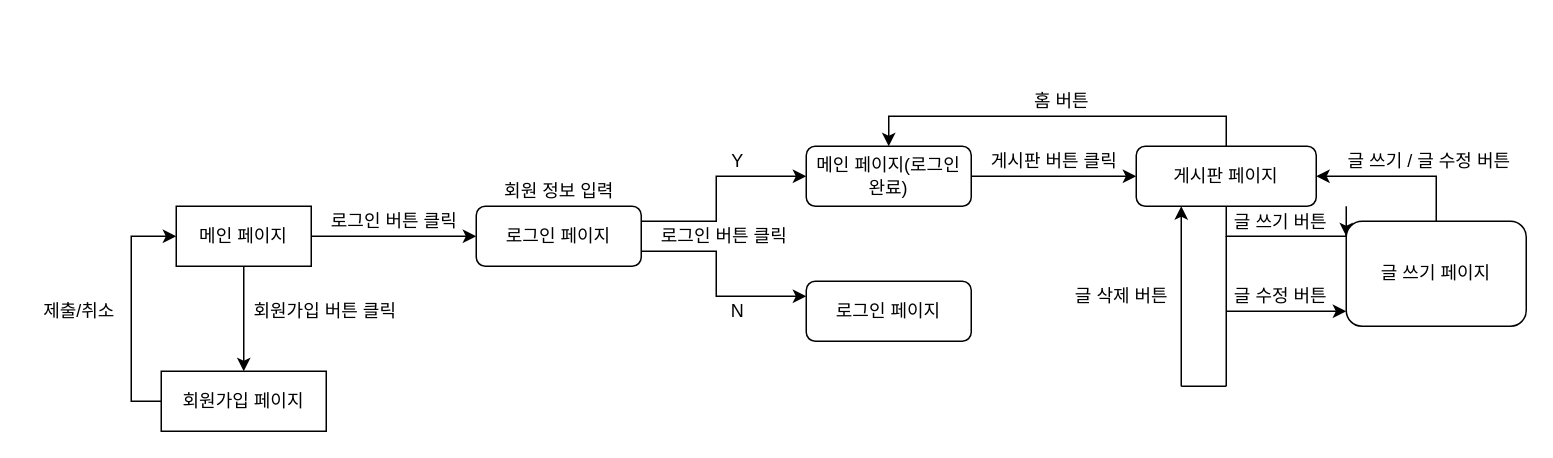
Earlier version of the draw.io diagram Untitled Diagram.drawio (Developer-SeongBeomPark/Comento_making_board). Source tidied: cells renumbered, new cells numbered last; positions are measured from the earlier drawing's top-left corner, leaving out a move shared by most shapes. Both pictures are drawn from the tidied source at 150%, with x=0, y=0 at pixel (26, 86).
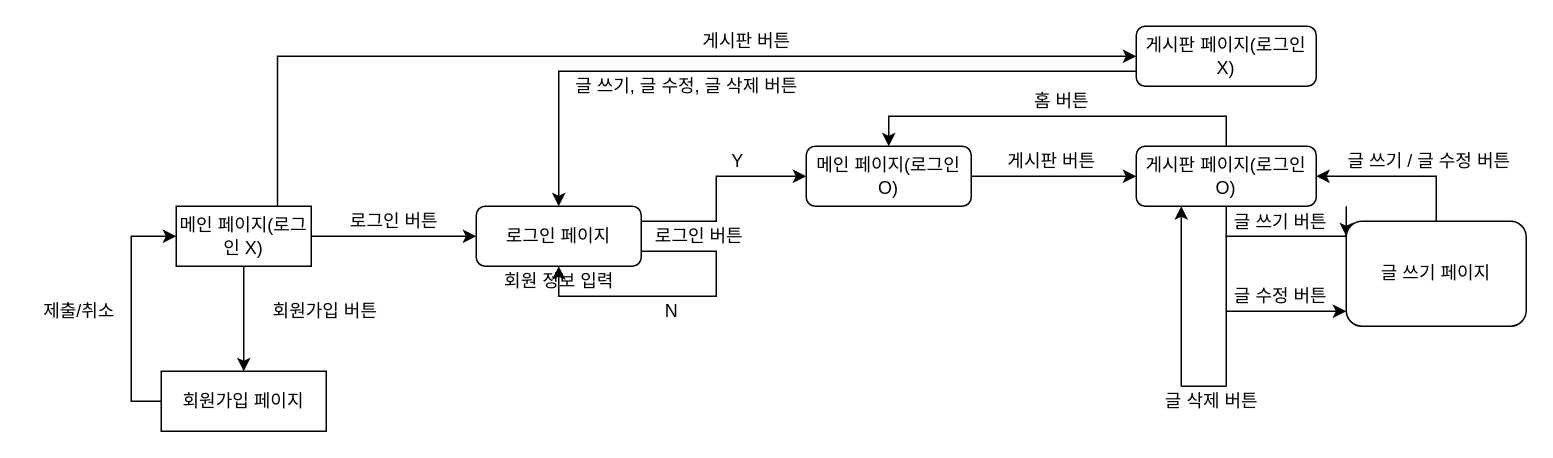
The same page after the edit.

The change refers to these unchanged cells:
```xml
<mxCell id="7" value="로그인 페이지" style="rounded=1;whiteSpace=wrap;html=1;" parent="1" vertex="1">
  <mxGeometry x="300" y="80" width="110" height="40" as="geometry" />
</mxCell>
```

The edit, as a diff of the source:
```diff
@@
+    <mxCell id="36" style="edgeStyle=orthogonalEdgeStyle;rounded=0;jettySize=auto;html=1;exitX=0.75;exitY=0;exitDx=0;exitDy=0;entryX=0;entryY=0.5;entryDx=0;entryDy=0;" parent="1" edge="1" source="3" target="38">
+      <mxGeometry relative="1" as="geometry" />
+    </mxCell>
-    <mxCell id="3" value="메인 페이지" style="rounded=0;whiteSpace=wrap;html=1;" parent="1" vertex="1">
+    <mxCell id="3" value="메인 페이지(로그인 X)" style="rounded=0;whiteSpace=wrap;html=1;" parent="1" vertex="1">
       <mxGeometry x="100" y="80" width="90" height="40" as="geometry" />
     </mxCell>
@@
-    <mxCell id="5" value="로그인 버튼 클릭" style="text;html=1;align=center;verticalAlign=middle;strokeColor=none;fillColor=none;" parent="1" vertex="1">
-      <mxGeometry x="190" y="80" width="110" height="20" as="geometry" />
+    <mxCell id="5" value="로그인 버튼" style="text;html=1;align=center;verticalAlign=middle;strokeColor=none;fillColor=none;" parent="1" vertex="1">
+      <mxGeometry x="205" y="80" width="80" height="20" as="geometry" />
     </mxCell>
@@
-    <mxCell id="11" value="메인 페이지(로그인 완료)" style="rounded=1;whiteSpace=wrap;html=1;" parent="1" vertex="1">
+    <mxCell id="11" value="메인 페이지(로그인 O)" style="rounded=1;whiteSpace=wrap;html=1;" parent="1" vertex="1">
       <mxGeometry x="520" y="40" width="110" height="40" as="geometry" />
     </mxCell>
-    <mxCell id="12" value="로그인 버튼 클릭" style="text;html=1;align=center;verticalAlign=middle;strokeColor=none;fillColor=none;" parent="1" vertex="1">
-      <mxGeometry x="410" y="90" width="110" height="20" as="geometry" />
+    <mxCell id="12" value="로그인 버튼&amp;nbsp;" style="text;html=1;align=center;verticalAlign=middle;strokeColor=none;fillColor=none;" parent="1" vertex="1">
+      <mxGeometry x="410" y="90" width="80" height="20" as="geometry" />
     </mxCell>
     <mxCell id="13" value="회원 정보 입력" style="text;html=1;align=center;verticalAlign=middle;strokeColor=none;fillColor=none;" parent="1" vertex="1">
-      <mxGeometry x="310" y="60" width="90" height="20" as="geometry" />
+      <mxGeometry x="310" y="120" width="90" height="20" as="geometry" />
     </mxCell>
-    <mxCell id="14" style="endArrow=classic;html=1;rounded=0;entryX=0;entryY=0.25;entryDx=0;entryDy=0;" parent="1" edge="1" target="15">
-      <mxGeometry relative="1" as="geometry">
-        <mxPoint x="410" y="110" as="sourcePoint" />
-        <Array as="points">
-          <mxPoint x="460" y="110" />
-          <mxPoint x="460" y="140" />
-        </Array>
-      </mxGeometry>
-    </mxCell>
-    <mxCell id="15" value="로그인 페이지" style="rounded=1;whiteSpace=wrap;html=1;" parent="1" vertex="1">
-      <mxGeometry x="520" y="130" width="110" height="40" as="geometry" />
-    </mxCell>
@@
-    <mxCell id="17" value="N" style="text;html=1;align=center;verticalAlign=middle;strokeColor=none;fillColor=none;" parent="1" vertex="1">
-      <mxGeometry x="464" y="140" width="20" height="20" as="geometry" />
-    </mxCell>
-    <mxCell id="18" value="회원가입 버튼 클릭" style="text;html=1;align=center;verticalAlign=middle;strokeColor=none;fillColor=none;" parent="1" vertex="1">
-      <mxGeometry x="139" y="140" width="120" height="20" as="geometry" />
+    <mxCell id="18" value="회원가입 버튼" style="text;html=1;align=center;verticalAlign=middle;strokeColor=none;fillColor=none;" parent="1" vertex="1">
+      <mxGeometry x="154" y="140" width="90" height="20" as="geometry" />
     </mxCell>
@@
-    <mxCell id="23" value="게시판 페이지" style="whiteSpace=wrap;html=1;rounded=1;" parent="1" vertex="1">
+    <mxCell id="23" value="게시판 페이지(로그인 O)" style="whiteSpace=wrap;html=1;rounded=1;" parent="1" vertex="1">
       <mxGeometry x="740" y="40" width="120" height="40" as="geometry" />
     </mxCell>
-    <mxCell id="24" value="게시판 버튼 클릭" style="text;html=1;align=center;verticalAlign=middle;strokeColor=none;fillColor=none;" parent="1" vertex="1">
-      <mxGeometry x="630" y="40" width="110" height="20" as="geometry" />
+    <mxCell id="24" value="게시판 버튼&amp;nbsp;" style="text;html=1;align=center;verticalAlign=middle;strokeColor=none;fillColor=none;" parent="1" vertex="1">
+      <mxGeometry x="645" y="40" width="80" height="20" as="geometry" />
     </mxCell>
@@
     <mxCell id="32" style="endArrow=classic;html=1;rounded=0;entryX=0.25;entryY=1;entryDx=0;entryDy=0;" parent="1" edge="1" target="23">
       <mxGeometry relative="1" as="geometry">
         <mxPoint x="770" y="200" as="sourcePoint" />
+        <Array as="points">
+          <mxPoint x="770" y="180" />
+          <mxPoint x="770" y="120" />
+        </Array>
       </mxGeometry>
     </mxCell>
     <mxCell id="33" value="글 삭제 버튼" style="text;html=1;align=center;verticalAlign=middle;strokeColor=none;fillColor=none;" parent="1" vertex="1">
-      <mxGeometry x="690" y="130" width="80" height="20" as="geometry" />
+      <mxGeometry x="750" y="200" width="80" height="20" as="geometry" />
     </mxCell>
@@
+    <mxCell id="37" style="edgeStyle=orthogonalEdgeStyle;rounded=0;jettySize=auto;html=1;exitX=0;exitY=0.75;exitDx=0;exitDy=0;entryX=0.5;entryY=0;entryDx=0;entryDy=0;" parent="1" edge="1" source="38" target="7">
+      <mxGeometry relative="1" as="geometry" />
+    </mxCell>
+    <mxCell id="38" value="게시판 페이지(로그인 X)" style="whiteSpace=wrap;html=1;rounded=1;" parent="1" vertex="1">
+      <mxGeometry x="740" y="-40" width="120" height="40" as="geometry" />
+    </mxCell>
+    <mxCell id="39" value="게시판 버튼" style="text;html=1;align=center;verticalAlign=middle;strokeColor=none;fillColor=none;" parent="1" vertex="1">
+      <mxGeometry x="440" y="-40" width="80" height="20" as="geometry" />
+    </mxCell>
+    <mxCell id="40" value="글 쓰기, 글 수정, 글 삭제 버튼" style="text;html=1;align=center;verticalAlign=middle;strokeColor=none;fillColor=none;" parent="1" vertex="1">
+      <mxGeometry x="355" y="-10" width="170" height="20" as="geometry" />
+    </mxCell>
+    <mxCell id="41" style="edgeStyle=orthogonalEdgeStyle;rounded=0;orthogonalLoop=1;jettySize=auto;html=1;exitX=1;exitY=0.75;exitDx=0;exitDy=0;" parent="1" edge="1" source="7" target="7">
+      <mxGeometry relative="1" as="geometry">
+        <Array as="points">
+          <mxPoint x="460" y="110" />
+          <mxPoint x="460" y="140" />
+          <mxPoint x="355" y="140" />
+        </Array>
+      </mxGeometry>
+    </mxCell>
+    <mxCell id="17" value="N" style="text;html=1;align=center;verticalAlign=middle;strokeColor=none;fillColor=none;" parent="1" vertex="1">
+      <mxGeometry x="420" y="140" width="20" height="20" as="geometry" />
+    </mxCell>
```
